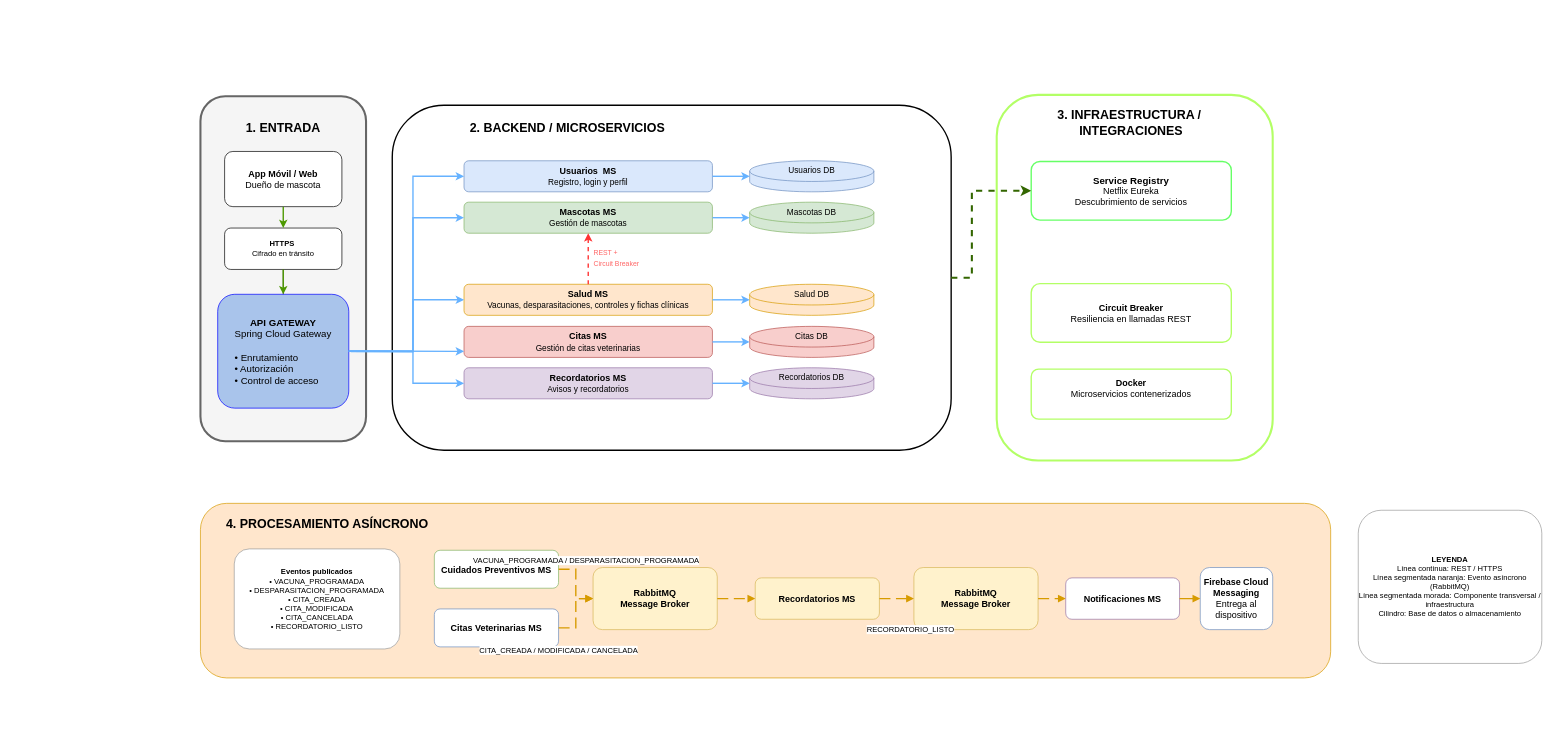
bradanovich/registroMascotas keeps this draw.io diagram as registroMascotas/anexos/diagrama-arquitectura.drawio. Above is the earlier version. Source tidied: cells renumbered, new cells numbered last; positions are measured from the earlier drawing's top-left corner, leaving out a move shared by most shapes. Both pictures are drawn from the tidied source at 69%, with x=0, y=0 at pixel (200, 95).
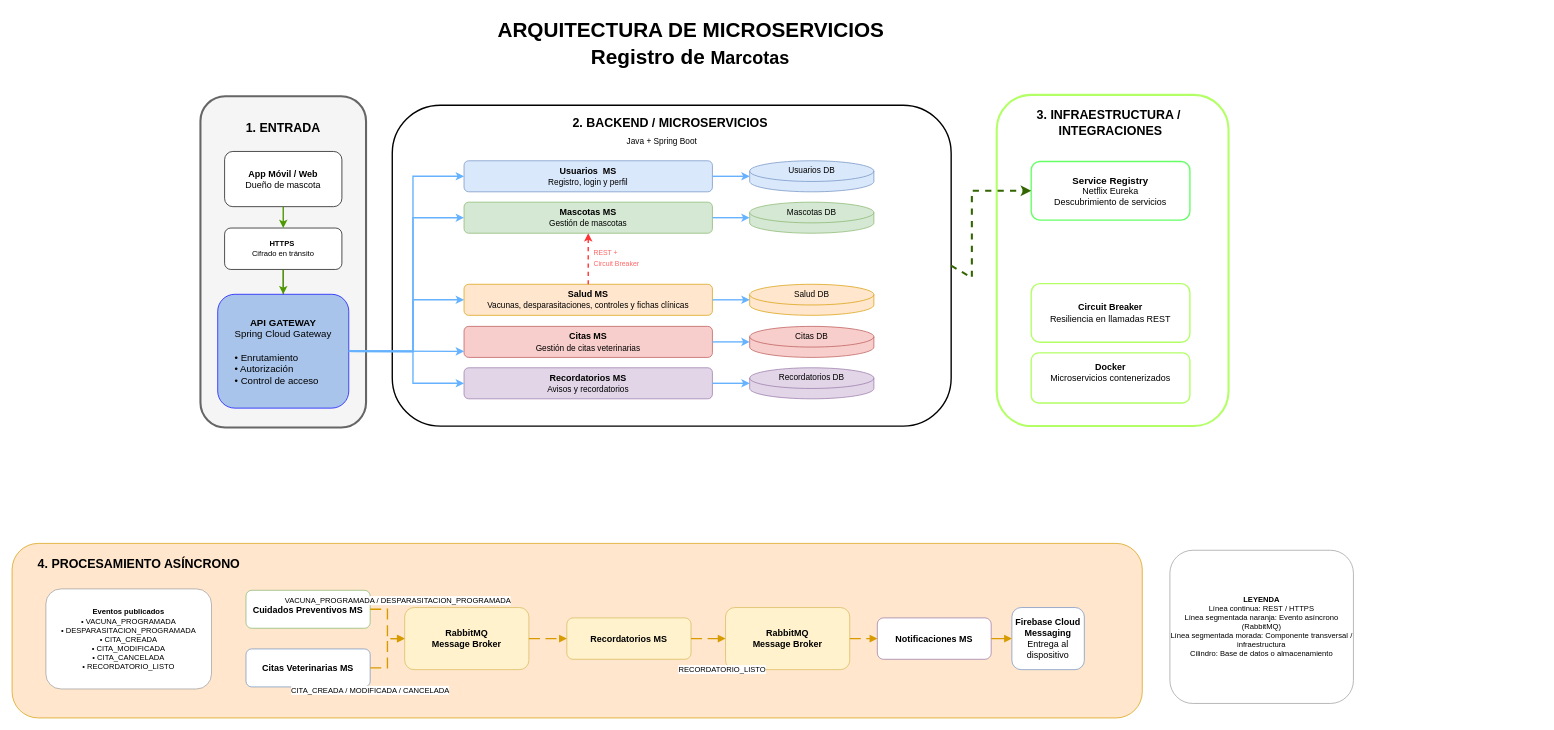
The same diagram, later.

The edit, as a diff of the source:
```diff
@@
     <mxCell id="2" value="&lt;br&gt;&lt;div&gt;&lt;br&gt;&lt;/div&gt;" style="rounded=1;whiteSpace=wrap;html=1;fillColor=#ffe6cc;strokeColor=#d79b00;fontStyle=1;fontSize=18;" parent="1" vertex="1">
-      <mxGeometry y="592" width="1638" height="253" as="geometry" />
+      <mxGeometry x="-273" y="650" width="1638" height="253" as="geometry" />
     </mxCell>
     <mxCell id="3" value="&lt;b&gt;Cuidados Preventivos MS&lt;/b&gt;" style="rounded=1;whiteSpace=wrap;html=1;fillColor=#ffffff;strokeColor=#82b366;fontSize=13;" parent="1" vertex="1">
-      <mxGeometry x="339" y="660" width="180" height="55" as="geometry" />
+      <mxGeometry x="66" y="718" width="180" height="55" as="geometry" />
     </mxCell>
     <mxCell id="4" value="&lt;b&gt;Citas Veterinarias MS&lt;/b&gt;" style="rounded=1;whiteSpace=wrap;html=1;fillColor=#ffffff;strokeColor=#6c8ebf;fontSize=13;" parent="1" vertex="1">
-      <mxGeometry x="339" y="745" width="180" height="55" as="geometry" />
+      <mxGeometry x="66" y="803" width="180" height="55" as="geometry" />
     </mxCell>
     <mxCell id="5" value="&lt;b&gt;RabbitMQ&lt;/b&gt;&lt;br/&gt;Message Broker" style="rounded=1;whiteSpace=wrap;html=1;fillColor=#fff2cc;strokeColor=#d6b656;fontStyle=1;fontSize=13;" parent="1" vertex="1">
-      <mxGeometry x="569" y="685" width="180" height="90" as="geometry" />
+      <mxGeometry x="296" y="743" width="180" height="90" as="geometry" />
     </mxCell>
     <mxCell id="6" value="&lt;b&gt;Recordatorios MS&lt;/b&gt;" style="rounded=1;whiteSpace=wrap;html=1;fillColor=#fff2cc;strokeColor=#d6b656;fontStyle=1;fontSize=13;" parent="1" vertex="1">
-      <mxGeometry x="804" y="700" width="180" height="60" as="geometry" />
+      <mxGeometry x="531" y="758" width="180" height="60" as="geometry" />
     </mxCell>
     <mxCell id="7" value="&lt;b&gt;RabbitMQ&lt;/b&gt;&lt;br/&gt;Message Broker" style="rounded=1;whiteSpace=wrap;html=1;fillColor=#fff2cc;strokeColor=#d6b656;fontStyle=1;fontSize=13;" parent="1" vertex="1">
-      <mxGeometry x="1034" y="685" width="180" height="90" as="geometry" />
+      <mxGeometry x="761" y="743" width="180" height="90" as="geometry" />
     </mxCell>
     <mxCell id="8" value="&lt;b&gt;Notificaciones MS&lt;/b&gt;" style="rounded=1;whiteSpace=wrap;html=1;fillColor=#ffffff;strokeColor=#9673a6;fontSize=13;" parent="1" vertex="1">
-      <mxGeometry x="1254" y="700" width="165" height="60" as="geometry" />
+      <mxGeometry x="981" y="758" width="165" height="60" as="geometry" />
     </mxCell>
     <mxCell id="9" value="&lt;b&gt;Firebase Cloud Messaging&lt;/b&gt;&lt;br/&gt;Entrega al dispositivo" style="rounded=1;whiteSpace=wrap;html=1;fillColor=#ffffff;strokeColor=#6c8ebf;fontSize=13;" parent="1" vertex="1">
-      <mxGeometry x="1449" y="685" width="105" height="90" as="geometry" />
+      <mxGeometry x="1176" y="743" width="105" height="90" as="geometry" />
     </mxCell>
@@
     <mxCell id="16" value="&lt;b&gt;Eventos publicados&lt;/b&gt;&lt;br/&gt;• VACUNA_PROGRAMADA&lt;br/&gt;• DESPARASITACION_PROGRAMADA&lt;br/&gt;• CITA_CREADA&lt;br/&gt;• CITA_MODIFICADA&lt;br/&gt;• CITA_CANCELADA&lt;br/&gt;• RECORDATORIO_LISTO" style="rounded=1;whiteSpace=wrap;html=1;fillColor=#ffffff;strokeColor=#999999;fontSize=11;" parent="1" vertex="1">
-      <mxGeometry x="49" y="658" width="240" height="145" as="geometry" />
+      <mxGeometry x="-224" y="716" width="240" height="145" as="geometry" />
     </mxCell>
     <mxCell id="17" value="&lt;b&gt;LEYENDA&lt;/b&gt;&lt;br/&gt;Línea continua: REST / HTTPS&lt;br/&gt;Línea segmentada naranja: Evento asíncrono (RabbitMQ)&lt;br/&gt;Línea segmentada morada: Componente transversal / infraestructura&lt;br/&gt;Cilindro: Base de datos o almacenamiento" style="rounded=1;whiteSpace=wrap;html=1;fillColor=#ffffff;strokeColor=#999999;fontSize=11;" parent="1" vertex="1">
-      <mxGeometry x="1678" y="602" width="266" height="222" as="geometry" />
+      <mxGeometry x="1405" y="660" width="266" height="222" as="geometry" />
     </mxCell>
     <mxCell id="18" style="rounded=1;whiteSpace=wrap;html=1;fontStyle=1;fontSize=18;fillColor=#f5f5f5;fontColor=#333333;strokeColor=#666666;strokeWidth=3;" parent="1" vertex="1">
-      <mxGeometry y="2" width="240" height="500" as="geometry" />
+      <mxGeometry y="2" width="240" height="480" as="geometry" />
     </mxCell>
@@
     <mxCell id="23" style="rounded=1;whiteSpace=wrap;html=1;fontStyle=1;fontSize=18;strokeWidth=2;" parent="1" vertex="1">
-      <mxGeometry x="278" y="15" width="810" height="500" as="geometry" />
+      <mxGeometry x="278" y="15" width="810" height="465" as="geometry" />
     </mxCell>
@@
     <mxCell id="34" style="rounded=1;whiteSpace=wrap;html=1;fontStyle=1;fontSize=18;strokeColor=#B3FF66;strokeWidth=3;" parent="1" vertex="1">
-      <mxGeometry x="1154" width="400" height="530" as="geometry" />
+      <mxGeometry x="1154" width="336" height="480" as="geometry" />
     </mxCell>
     <mxCell id="35" value="&lt;font style=&quot;font-size: 14px;&quot;&gt;&lt;b&gt;Service Registry&lt;/b&gt;&lt;br&gt;&lt;/font&gt;Netflix Eureka&lt;br&gt;Descubrimiento de servicios" style="rounded=1;whiteSpace=wrap;html=1;fillColor=#ffffff;strokeColor=#66FF66;fontSize=13;strokeWidth=2;" parent="1" vertex="1">
-      <mxGeometry x="1204" y="96.5" width="290" height="85" as="geometry" />
+      <mxGeometry x="1204" y="96.5" width="230" height="85" as="geometry" />
     </mxCell>
     <mxCell id="36" value="&lt;b&gt;Circuit Breaker&lt;/b&gt;&lt;br&gt;Resiliencia en llamadas REST" style="rounded=1;whiteSpace=wrap;html=1;fillColor=#ffffff;strokeColor=#B3FF66;fontSize=13;strokeWidth=2;" parent="1" vertex="1">
-      <mxGeometry x="1204" y="273.5" width="290" height="85" as="geometry" />
+      <mxGeometry x="1204" y="273.5" width="230" height="85" as="geometry" />
     </mxCell>
     <mxCell id="37" value="&lt;b&gt;Docker&lt;/b&gt;&lt;br&gt;Microservicios contenerizados&lt;div&gt;&lt;br/&gt;&lt;/div&gt;" style="rounded=1;whiteSpace=wrap;html=1;fillColor=#ffffff;strokeColor=#B3FF66;fontSize=13;strokeWidth=2;" parent="1" vertex="1">
-      <mxGeometry x="1204" y="397.5" width="290" height="72.5" as="geometry" />
+      <mxGeometry x="1204" y="374" width="230" height="72.5" as="geometry" />
     </mxCell>
@@
     <mxCell id="39" value="2. BACKEND / MICROSERVICIOS" style="text;html=1;whiteSpace=wrap;strokeColor=none;fillColor=none;align=center;verticalAlign=middle;rounded=0;fontSize=18;fontStyle=1;" parent="1" vertex="1">
-      <mxGeometry x="382" y="28" width="300" height="40" as="geometry" />
+      <mxGeometry x="531" y="21" width="300" height="40" as="geometry" />
     </mxCell>
     <mxCell id="40" value="3. INFRAESTRUCTURA /&amp;nbsp;&lt;div&gt;INTEGRACIONES&lt;/div&gt;" style="text;html=1;whiteSpace=wrap;strokeColor=none;fillColor=none;align=center;verticalAlign=middle;rounded=0;fontSize=18;fontStyle=1;" parent="1" vertex="1">
-      <mxGeometry x="1234" y="11" width="230" height="60" as="geometry" />
+      <mxGeometry x="1204" y="11" width="230" height="60" as="geometry" />
     </mxCell>
     <mxCell id="41" value="4. PROCESAMIENTO ASÍNCRONO" style="text;html=1;whiteSpace=wrap;strokeColor=none;fillColor=none;align=center;verticalAlign=middle;rounded=0;fontSize=18;fontStyle=1;" parent="1" vertex="1">
-      <mxGeometry x="29" y="602" width="310" height="40" as="geometry" />
+      <mxGeometry x="-244" y="660" width="310" height="40" as="geometry" />
     </mxCell>
@@
+    <mxCell id="57" value="&lt;font style=&quot;font-size: 30px;&quot;&gt;ARQUITECTURA DE MICROSERVICIOS&lt;/font&gt;" style="text;html=1;whiteSpace=wrap;strokeColor=none;fillColor=none;align=center;verticalAlign=middle;rounded=0;fontSize=18;fontStyle=1;" parent="1" vertex="1">
+      <mxGeometry x="421" y="-120" width="580" height="50" as="geometry" />
+    </mxCell>
+    <mxCell id="58" value="&lt;font style=&quot;font-size: 30px;&quot;&gt;Registro de &lt;/font&gt;&lt;font style=&quot;font-size: 26px;&quot;&gt;Marcotas&lt;/font&gt;" style="text;html=1;whiteSpace=wrap;strokeColor=none;fillColor=none;align=center;verticalAlign=middle;rounded=0;fontSize=18;fontStyle=1;" parent="1" vertex="1">
+      <mxGeometry x="565" y="-80" width="290" height="50" as="geometry" />
+    </mxCell>
+    <mxCell id="59" value="Java + Spring Boot" style="text;html=1;whiteSpace=wrap;strokeColor=none;fillColor=none;align=center;verticalAlign=middle;rounded=0;" parent="1" vertex="1">
+      <mxGeometry x="609" y="52" width="120" height="30" as="geometry" />
+    </mxCell>
```
